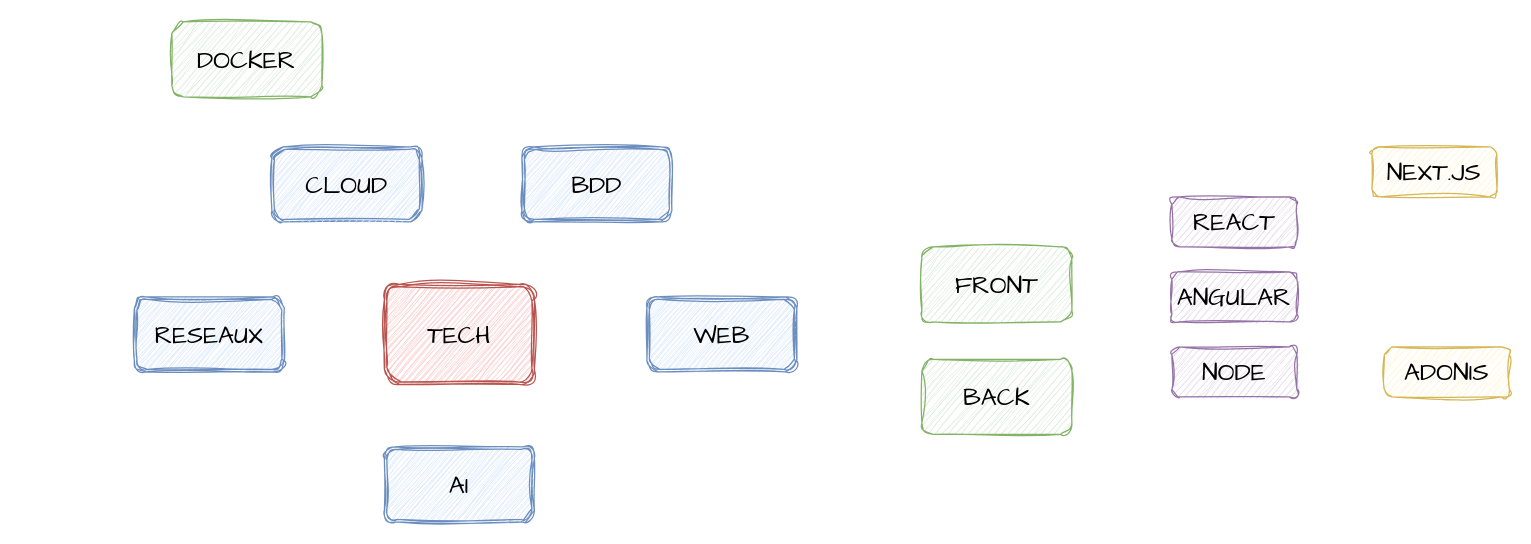
ippa16/draw.io keeps this draw.io diagram as roadMap_Techlead_2024.drawio. Above is the earlier version. Source tidied: cells renumbered, new cells numbered last; positions are measured from the earlier drawing's top-left corner, leaving out a move shared by most shapes. Both pictures are drawn from the tidied source at 125%, with x=0, y=0 at pixel (134, 21).
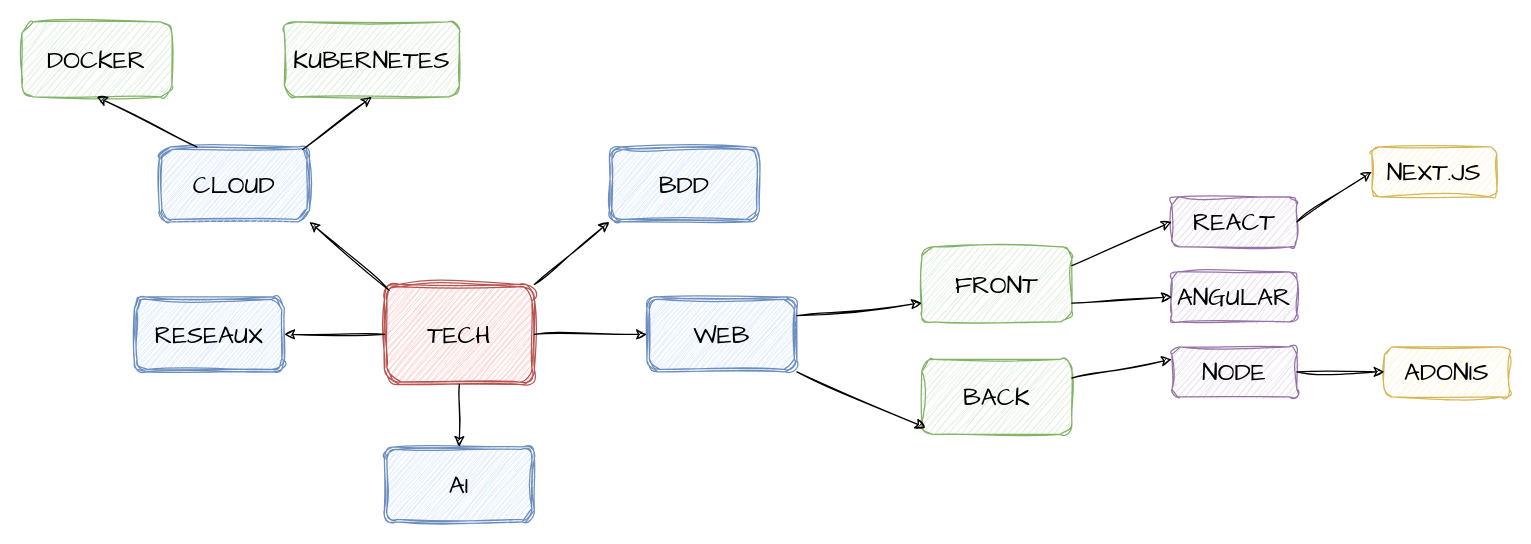
The same page after the edit.

Unchanged cells that the change refers to:
```xml
<mxCell id="2" value="TECH" style="shape=ext;double=1;rounded=1;whiteSpace=wrap;html=1;sketch=1;hachureGap=4;jiggle=2;curveFitting=1;fontFamily=Architects Daughter;fontSize=20;fillColor=#f8cecc;strokeColor=#b85450;" parent="1" vertex="1">
  <mxGeometry x="200" y="210" width="120" height="80" as="geometry" />
</mxCell>
<mxCell id="3" value="RESEAUX" style="shape=ext;double=1;rounded=1;whiteSpace=wrap;html=1;sketch=1;hachureGap=4;jiggle=2;curveFitting=1;fontFamily=Architects Daughter;fontSize=20;fillColor=#dae8fc;strokeColor=#6c8ebf;" parent="1" vertex="1">
  <mxGeometry y="220" width="120" height="60" as="geometry" />
</mxCell>
<mxCell id="4" value="WEB" style="shape=ext;double=1;rounded=1;whiteSpace=wrap;html=1;sketch=1;hachureGap=4;jiggle=2;curveFitting=1;fontFamily=Architects Daughter;fontSize=20;fillColor=#dae8fc;strokeColor=#6c8ebf;" parent="1" vertex="1">
  <mxGeometry x="410" y="220" width="120" height="60" as="geometry" />
</mxCell>
<mxCell id="5" value="AI" style="shape=ext;double=1;rounded=1;whiteSpace=wrap;html=1;sketch=1;hachureGap=4;jiggle=2;curveFitting=1;fontFamily=Architects Daughter;fontSize=20;fillColor=#dae8fc;strokeColor=#6c8ebf;" parent="1" vertex="1">
  <mxGeometry x="200" y="340" width="120" height="60" as="geometry" />
</mxCell>
<mxCell id="6" value="REACT" style="rounded=1;whiteSpace=wrap;html=1;sketch=1;hachureGap=4;jiggle=2;curveFitting=1;fontFamily=Architects Daughter;fontSize=20;fillColor=#e1d5e7;strokeColor=#9673a6;" parent="1" vertex="1">
  <mxGeometry x="830" y="140" width="100" height="40" as="geometry" />
</mxCell>
<mxCell id="7" value="FRONT" style="rounded=1;whiteSpace=wrap;html=1;sketch=1;hachureGap=4;jiggle=2;curveFitting=1;fontFamily=Architects Daughter;fontSize=20;fillColor=#d5e8d4;strokeColor=#82b366;" parent="1" vertex="1">
  <mxGeometry x="630" y="180" width="120" height="60" as="geometry" />
</mxCell>
<mxCell id="8" value="BACK" style="rounded=1;whiteSpace=wrap;html=1;sketch=1;hachureGap=4;jiggle=2;curveFitting=1;fontFamily=Architects Daughter;fontSize=20;fillColor=#d5e8d4;strokeColor=#82b366;" parent="1" vertex="1">
  <mxGeometry x="630" y="270" width="120" height="60" as="geometry" />
</mxCell>
<mxCell id="9" value="ANGULAR" style="rounded=1;whiteSpace=wrap;html=1;sketch=1;hachureGap=4;jiggle=2;curveFitting=1;fontFamily=Architects Daughter;fontSize=20;fillColor=#e1d5e7;strokeColor=#9673a6;" parent="1" vertex="1">
  <mxGeometry x="830" y="200" width="100" height="40" as="geometry" />
</mxCell>
<mxCell id="10" value="NEXT.JS" style="rounded=1;whiteSpace=wrap;html=1;sketch=1;hachureGap=4;jiggle=2;curveFitting=1;fontFamily=Architects Daughter;fontSize=20;fillColor=#fff2cc;strokeColor=#d6b656;" parent="1" vertex="1">
  <mxGeometry x="990" y="100" width="100" height="40" as="geometry" />
</mxCell>
<mxCell id="11" value="NODE" style="rounded=1;whiteSpace=wrap;html=1;sketch=1;hachureGap=4;jiggle=2;curveFitting=1;fontFamily=Architects Daughter;fontSize=20;fillColor=#e1d5e7;strokeColor=#9673a6;" parent="1" vertex="1">
  <mxGeometry x="830" y="260" width="100" height="40" as="geometry" />
</mxCell>
<mxCell id="12" value="ADONIS" style="rounded=1;whiteSpace=wrap;html=1;sketch=1;hachureGap=4;jiggle=2;curveFitting=1;fontFamily=Architects Daughter;fontSize=20;fillColor=#fff2cc;strokeColor=#d6b656;" parent="1" vertex="1">
  <mxGeometry x="1000" y="260" width="100" height="40" as="geometry" />
</mxCell>
```

What changed in the source:
```diff
@@
     <mxCell id="13" value="CLOUD" style="shape=ext;double=1;rounded=1;whiteSpace=wrap;html=1;sketch=1;hachureGap=4;jiggle=2;curveFitting=1;fontFamily=Architects Daughter;fontSize=20;fillColor=#dae8fc;strokeColor=#6c8ebf;" parent="1" vertex="1">
-      <mxGeometry x="110" y="100" width="120" height="60" as="geometry" />
+      <mxGeometry x="20" y="100" width="120" height="60" as="geometry" />
     </mxCell>
     <mxCell id="14" value="DOCKER" style="rounded=1;whiteSpace=wrap;html=1;sketch=1;hachureGap=4;jiggle=2;curveFitting=1;fontFamily=Architects Daughter;fontSize=20;fillColor=#d5e8d4;strokeColor=#82b366;" parent="1" vertex="1">
-      <mxGeometry x="30" width="120" height="60" as="geometry" />
+      <mxGeometry x="-90" width="120" height="60" as="geometry" />
     </mxCell>
     <mxCell id="15" value="BDD" style="shape=ext;double=1;rounded=1;whiteSpace=wrap;html=1;sketch=1;hachureGap=4;jiggle=2;curveFitting=1;fontFamily=Architects Daughter;fontSize=20;fillColor=#dae8fc;strokeColor=#6c8ebf;" parent="1" vertex="1">
-      <mxGeometry x="310" y="100" width="120" height="60" as="geometry" />
+      <mxGeometry x="380" y="100" width="120" height="60" as="geometry" />
     </mxCell>
+    <mxCell id="16" value="KUBERNETES" style="rounded=1;whiteSpace=wrap;html=1;sketch=1;hachureGap=4;jiggle=2;curveFitting=1;fontFamily=Architects Daughter;fontSize=20;fillColor=#d5e8d4;strokeColor=#82b366;" parent="1" vertex="1">
+      <mxGeometry x="120" width="140" height="60" as="geometry" />
+    </mxCell>
+    <mxCell id="17" style="endArrow=classic;html=1;rounded=0;sketch=1;hachureGap=4;jiggle=2;curveFitting=1;fontFamily=Architects Daughter;fontSize=16;exitX=0.031;exitY=0.06;exitDx=0;exitDy=0;exitPerimeter=0;entryX=1;entryY=1;entryDx=0;entryDy=0;" parent="1" edge="1" source="2" target="13">
+      <mxGeometry relative="1" as="geometry" />
+    </mxCell>
+    <mxCell id="18" style="endArrow=classic;html=1;rounded=0;sketch=1;hachureGap=4;jiggle=2;curveFitting=1;fontFamily=Architects Daughter;fontSize=16;exitX=0;exitY=0.5;exitDx=0;exitDy=0;entryX=1;entryY=0.5;entryDx=0;entryDy=0;" parent="1" edge="1" source="2" target="3">
+      <mxGeometry relative="1" as="geometry" />
+    </mxCell>
+    <mxCell id="19" style="endArrow=classic;html=1;rounded=0;sketch=1;hachureGap=4;jiggle=2;curveFitting=1;fontFamily=Architects Daughter;fontSize=16;exitX=0.5;exitY=1;exitDx=0;exitDy=0;entryX=0.5;entryY=0;entryDx=0;entryDy=0;" parent="1" edge="1" source="2" target="5">
+      <mxGeometry relative="1" as="geometry" />
+    </mxCell>
+    <mxCell id="20" style="endArrow=classic;html=1;rounded=0;sketch=1;hachureGap=4;jiggle=2;curveFitting=1;fontFamily=Architects Daughter;fontSize=16;exitX=1;exitY=0.5;exitDx=0;exitDy=0;entryX=0;entryY=0.5;entryDx=0;entryDy=0;" parent="1" edge="1" source="2" target="4">
+      <mxGeometry relative="1" as="geometry" />
+    </mxCell>
+    <mxCell id="21" style="endArrow=classic;html=1;rounded=0;sketch=1;hachureGap=4;jiggle=2;curveFitting=1;fontFamily=Architects Daughter;fontSize=16;exitX=1;exitY=0;exitDx=0;exitDy=0;entryX=0;entryY=1;entryDx=0;entryDy=0;" parent="1" edge="1" source="2" target="15">
+      <mxGeometry relative="1" as="geometry" />
+    </mxCell>
+    <mxCell id="22" style="endArrow=classic;html=1;rounded=0;sketch=1;hachureGap=4;jiggle=2;curveFitting=1;fontFamily=Architects Daughter;fontSize=16;exitX=0.955;exitY=0.035;exitDx=0;exitDy=0;exitPerimeter=0;entryX=0.5;entryY=1;entryDx=0;entryDy=0;" parent="1" edge="1" source="13" target="16">
+      <mxGeometry relative="1" as="geometry" />
+    </mxCell>
+    <mxCell id="23" style="endArrow=classic;html=1;rounded=0;sketch=1;hachureGap=4;jiggle=2;curveFitting=1;fontFamily=Architects Daughter;fontSize=16;exitX=0.25;exitY=0;exitDx=0;exitDy=0;entryX=0.5;entryY=1;entryDx=0;entryDy=0;" parent="1" edge="1" source="13" target="14">
+      <mxGeometry relative="1" as="geometry" />
+    </mxCell>
+    <mxCell id="24" style="endArrow=classic;html=1;rounded=0;sketch=1;hachureGap=4;jiggle=2;curveFitting=1;fontFamily=Architects Daughter;fontSize=16;entryX=0;entryY=0.75;entryDx=0;entryDy=0;exitX=1;exitY=0.25;exitDx=0;exitDy=0;" parent="1" edge="1" source="4" target="7">
+      <mxGeometry relative="1" as="geometry" />
+    </mxCell>
+    <mxCell id="25" style="endArrow=classic;html=1;rounded=0;sketch=1;hachureGap=4;jiggle=2;curveFitting=1;fontFamily=Architects Daughter;fontSize=16;exitX=1;exitY=1;exitDx=0;exitDy=0;entryX=0.025;entryY=0.912;entryDx=0;entryDy=0;entryPerimeter=0;" parent="1" edge="1" source="4" target="8">
+      <mxGeometry relative="1" as="geometry" />
+    </mxCell>
+    <mxCell id="26" style="endArrow=classic;html=1;rounded=0;sketch=1;hachureGap=4;jiggle=2;curveFitting=1;fontFamily=Architects Daughter;fontSize=16;entryX=0;entryY=0.5;entryDx=0;entryDy=0;exitX=1;exitY=0.25;exitDx=0;exitDy=0;" parent="1" edge="1" source="7" target="6">
+      <mxGeometry relative="1" as="geometry" />
+    </mxCell>
+    <mxCell id="27" style="endArrow=classic;html=1;rounded=0;sketch=1;hachureGap=4;jiggle=2;curveFitting=1;fontFamily=Architects Daughter;fontSize=16;entryX=0;entryY=0.5;entryDx=0;entryDy=0;exitX=1;exitY=0.75;exitDx=0;exitDy=0;" parent="1" edge="1" source="7" target="9">
+      <mxGeometry relative="1" as="geometry" />
+    </mxCell>
+    <mxCell id="28" style="endArrow=classic;html=1;rounded=0;sketch=1;hachureGap=4;jiggle=2;curveFitting=1;fontFamily=Architects Daughter;fontSize=16;entryX=0;entryY=0.25;entryDx=0;entryDy=0;exitX=1;exitY=0.25;exitDx=0;exitDy=0;" parent="1" edge="1" source="8" target="11">
+      <mxGeometry relative="1" as="geometry" />
+    </mxCell>
+    <mxCell id="29" style="endArrow=classic;html=1;rounded=0;sketch=1;hachureGap=4;jiggle=2;curveFitting=1;fontFamily=Architects Daughter;fontSize=16;entryX=0;entryY=0.5;entryDx=0;entryDy=0;exitX=1;exitY=0.5;exitDx=0;exitDy=0;" parent="1" edge="1" source="11" target="12">
+      <mxGeometry relative="1" as="geometry" />
+    </mxCell>
+    <mxCell id="30" style="endArrow=classic;html=1;rounded=0;sketch=1;hachureGap=4;jiggle=2;curveFitting=1;fontFamily=Architects Daughter;fontSize=16;entryX=0;entryY=0.5;entryDx=0;entryDy=0;exitX=1;exitY=0.5;exitDx=0;exitDy=0;" parent="1" edge="1" source="6" target="10">
+      <mxGeometry relative="1" as="geometry" />
+    </mxCell>
```
